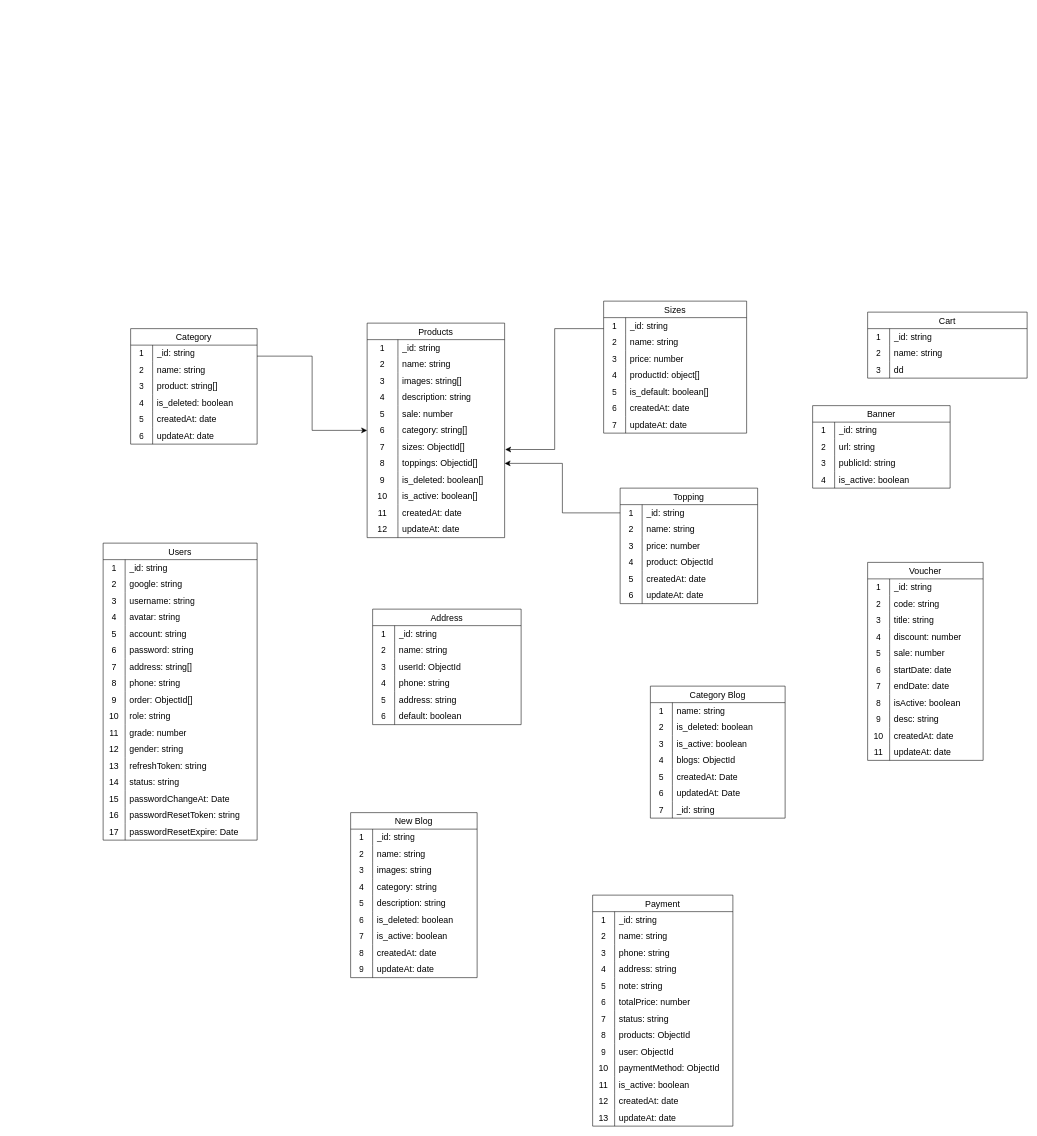
The draw.io diagram da.drawio in dangtienhung/datn-admin-quan-ly-cua-hang, before the edit. Source tidied: cells renumbered, new cells numbered last; positions are measured from the earlier drawing's top-left corner, leaving out a move shared by most shapes. Both pictures are drawn from the tidied source at 55%, with x=0, y=0 at pixel (103, 301).
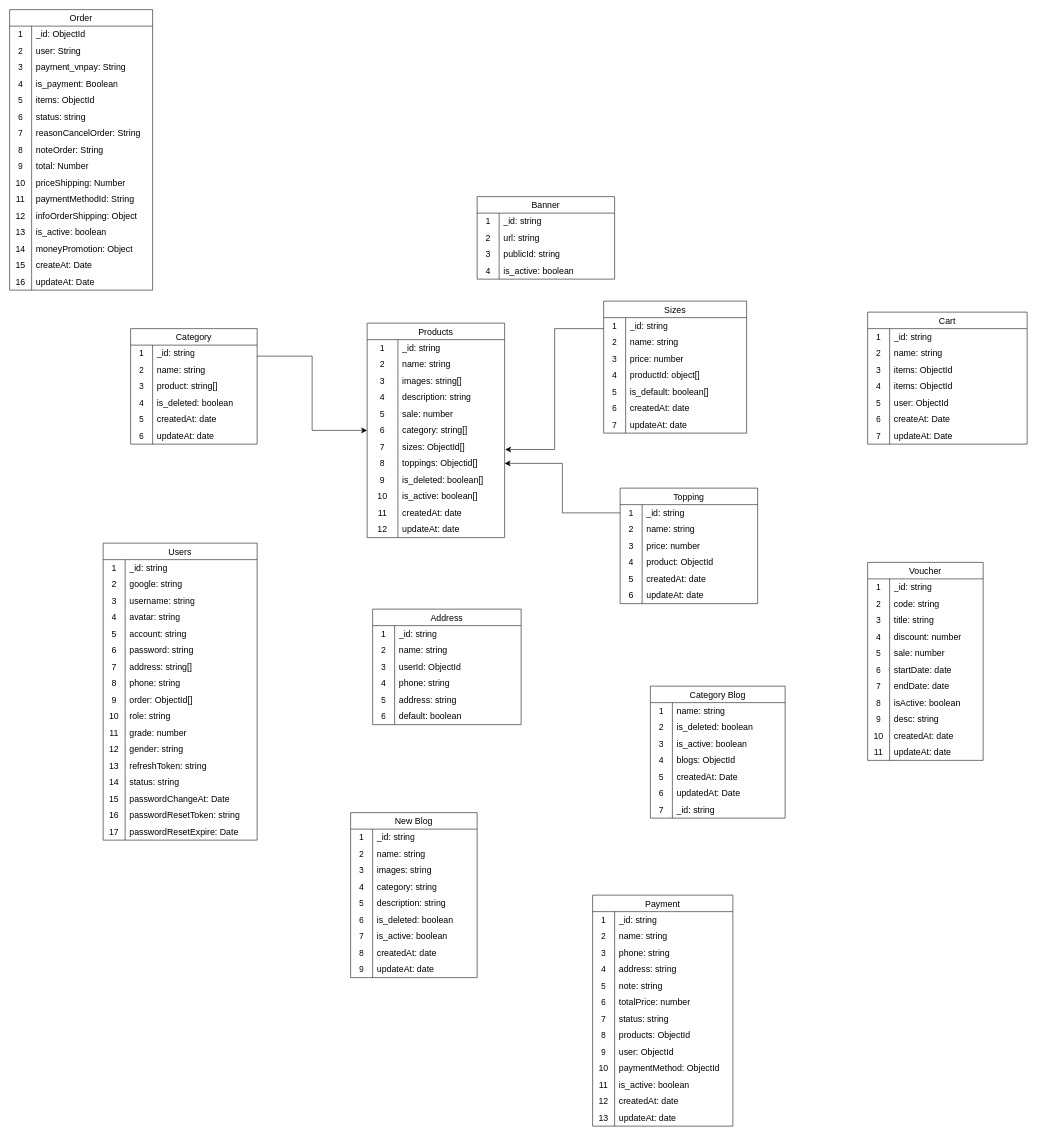
The same page after the edit.

Commit message:
Cập nhật da.drawio

Unchanged cells that the change refers to:
```xml
<mxCell id="193" style="shape=tableRow;horizontal=0;startSize=0;swimlaneHead=0;swimlaneBody=0;top=0;left=0;bottom=0;right=0;fillColor=none;strokeColor=inherit;fontSize=16;" parent="186" vertex="1">
  <mxGeometry y="90" width="290" height="30" as="geometry" />
</mxCell>
```

Change to the diagram source:
```diff
@@
     <mxCell id="173" value="Banner" style="shape=table;startSize=30;childLayout=tableLayout;rowLines=0;fontStyle=0;strokeColor=default;fontSize=16;" parent="1" vertex="1">
-      <mxGeometry x="1290" y="190" width="250" height="150" as="geometry" />
+      <mxGeometry x="680" y="-190" width="250" height="150" as="geometry" />
     </mxCell>
@@
     <mxCell id="186" value="Cart" style="shape=table;startSize=30;childLayout=tableLayout;rowLines=0;fontStyle=0;strokeColor=default;fontSize=16;" parent="1" vertex="1">
-      <mxGeometry x="1390" y="20" width="290" height="120" as="geometry" />
+      <mxGeometry x="1390" y="20" width="290" height="240" as="geometry" />
     </mxCell>
@@
-    <mxCell id="195" value="dd" style="shape=partialRectangle;html=1;whiteSpace=wrap;fillColor=none;top=0;left=0;bottom=0;right=0;align=left;spacingLeft=6;overflow=hidden;strokeColor=inherit;fontSize=16;" parent="193" vertex="1">
+    <mxCell id="195" value="items: ObjectId" style="shape=partialRectangle;html=1;whiteSpace=wrap;fillColor=none;top=0;left=0;bottom=0;right=0;align=left;spacingLeft=6;overflow=hidden;strokeColor=inherit;fontSize=16;" parent="193" vertex="1">
       <mxGeometry x="40" width="250" height="30" as="geometry" />
     </mxCell>
+    <mxCell id="320" style="shape=tableRow;horizontal=0;startSize=0;swimlaneHead=0;swimlaneBody=0;top=0;left=0;bottom=0;right=0;fillColor=none;strokeColor=inherit;fontSize=16;" parent="186" vertex="1">
+      <mxGeometry y="120" width="290" height="30" as="geometry" />
+    </mxCell>
+    <mxCell id="321" value="4" style="shape=partialRectangle;html=1;whiteSpace=wrap;fillColor=none;top=0;left=0;bottom=0;right=0;overflow=hidden;strokeColor=inherit;fontSize=16;" parent="320" vertex="1">
+      <mxGeometry width="40" height="30" as="geometry" />
+    </mxCell>
+    <mxCell id="322" value="items: ObjectId" style="shape=partialRectangle;html=1;whiteSpace=wrap;fillColor=none;top=0;left=0;bottom=0;right=0;align=left;spacingLeft=6;overflow=hidden;strokeColor=inherit;fontSize=16;" parent="320" vertex="1">
+      <mxGeometry x="40" width="250" height="30" as="geometry" />
+    </mxCell>
+    <mxCell id="323" style="shape=tableRow;horizontal=0;startSize=0;swimlaneHead=0;swimlaneBody=0;top=0;left=0;bottom=0;right=0;fillColor=none;strokeColor=inherit;fontSize=16;" parent="186" vertex="1">
+      <mxGeometry y="150" width="290" height="30" as="geometry" />
+    </mxCell>
+    <mxCell id="324" value="5" style="shape=partialRectangle;html=1;whiteSpace=wrap;fillColor=none;top=0;left=0;bottom=0;right=0;overflow=hidden;strokeColor=inherit;fontSize=16;" parent="323" vertex="1">
+      <mxGeometry width="40" height="30" as="geometry" />
+    </mxCell>
+    <mxCell id="325" value="user: ObjectId" style="shape=partialRectangle;html=1;whiteSpace=wrap;fillColor=none;top=0;left=0;bottom=0;right=0;align=left;spacingLeft=6;overflow=hidden;strokeColor=inherit;fontSize=16;" parent="323" vertex="1">
+      <mxGeometry x="40" width="250" height="30" as="geometry" />
+    </mxCell>
+    <mxCell id="326" style="shape=tableRow;horizontal=0;startSize=0;swimlaneHead=0;swimlaneBody=0;top=0;left=0;bottom=0;right=0;fillColor=none;strokeColor=inherit;fontSize=16;" parent="186" vertex="1">
+      <mxGeometry y="180" width="290" height="30" as="geometry" />
+    </mxCell>
+    <mxCell id="327" value="6" style="shape=partialRectangle;html=1;whiteSpace=wrap;fillColor=none;top=0;left=0;bottom=0;right=0;overflow=hidden;strokeColor=inherit;fontSize=16;" parent="326" vertex="1">
+      <mxGeometry width="40" height="30" as="geometry" />
+    </mxCell>
+    <mxCell id="328" value="createAt: Date" style="shape=partialRectangle;html=1;whiteSpace=wrap;fillColor=none;top=0;left=0;bottom=0;right=0;align=left;spacingLeft=6;overflow=hidden;strokeColor=inherit;fontSize=16;" parent="326" vertex="1">
+      <mxGeometry x="40" width="250" height="30" as="geometry" />
+    </mxCell>
+    <mxCell id="329" style="shape=tableRow;horizontal=0;startSize=0;swimlaneHead=0;swimlaneBody=0;top=0;left=0;bottom=0;right=0;fillColor=none;strokeColor=inherit;fontSize=16;" parent="186" vertex="1">
+      <mxGeometry y="210" width="290" height="30" as="geometry" />
+    </mxCell>
+    <mxCell id="330" value="7" style="shape=partialRectangle;html=1;whiteSpace=wrap;fillColor=none;top=0;left=0;bottom=0;right=0;overflow=hidden;strokeColor=inherit;fontSize=16;" parent="329" vertex="1">
+      <mxGeometry width="40" height="30" as="geometry" />
+    </mxCell>
+    <mxCell id="331" value="updateAt: Date" style="shape=partialRectangle;html=1;whiteSpace=wrap;fillColor=none;top=0;left=0;bottom=0;right=0;align=left;spacingLeft=6;overflow=hidden;strokeColor=inherit;fontSize=16;" parent="329" vertex="1">
+      <mxGeometry x="40" width="250" height="30" as="geometry" />
+    </mxCell>
@@
+    <mxCell id="332" value="Order" style="shape=table;startSize=30;childLayout=tableLayout;rowLines=0;fontStyle=0;strokeColor=default;fontSize=16;" parent="1" vertex="1">
+      <mxGeometry x="-170" y="-530" width="260" height="510" as="geometry" />
+    </mxCell>
+    <mxCell id="333" style="shape=tableRow;horizontal=0;startSize=0;swimlaneHead=0;swimlaneBody=0;top=0;left=0;bottom=0;right=0;fillColor=none;strokeColor=inherit;fontSize=16;" parent="332" vertex="1">
+      <mxGeometry y="30" width="260" height="30" as="geometry" />
+    </mxCell>
+    <mxCell id="334" value="1" style="shape=partialRectangle;html=1;whiteSpace=wrap;fillColor=none;top=0;left=0;bottom=0;right=0;overflow=hidden;strokeColor=inherit;fontSize=16;" parent="333" vertex="1">
+      <mxGeometry width="40" height="30" as="geometry" />
+    </mxCell>
+    <mxCell id="335" value="_id: ObjectId" style="shape=partialRectangle;html=1;whiteSpace=wrap;fillColor=none;top=0;left=0;bottom=0;right=0;align=left;spacingLeft=6;overflow=hidden;strokeColor=inherit;fontSize=16;" parent="333" vertex="1">
+      <mxGeometry x="40" width="220" height="30" as="geometry" />
+    </mxCell>
+    <mxCell id="336" style="shape=tableRow;horizontal=0;startSize=0;swimlaneHead=0;swimlaneBody=0;top=0;left=0;bottom=0;right=0;fillColor=none;strokeColor=inherit;fontSize=16;" parent="332" vertex="1">
+      <mxGeometry y="60" width="260" height="30" as="geometry" />
+    </mxCell>
+    <mxCell id="337" value="2" style="shape=partialRectangle;html=1;whiteSpace=wrap;fillColor=none;top=0;left=0;bottom=0;right=0;overflow=hidden;strokeColor=inherit;fontSize=16;" parent="336" vertex="1">
+      <mxGeometry width="40" height="30" as="geometry" />
+    </mxCell>
+    <mxCell id="338" value="user: String" style="shape=partialRectangle;html=1;whiteSpace=wrap;fillColor=none;top=0;left=0;bottom=0;right=0;align=left;spacingLeft=6;overflow=hidden;strokeColor=inherit;fontSize=16;" parent="336" vertex="1">
+      <mxGeometry x="40" width="220" height="30" as="geometry" />
+    </mxCell>
+    <mxCell id="339" style="shape=tableRow;horizontal=0;startSize=0;swimlaneHead=0;swimlaneBody=0;top=0;left=0;bottom=0;right=0;fillColor=none;strokeColor=inherit;fontSize=16;" parent="332" vertex="1">
+      <mxGeometry y="90" width="260" height="30" as="geometry" />
+    </mxCell>
+    <mxCell id="340" value="3" style="shape=partialRectangle;html=1;whiteSpace=wrap;fillColor=none;top=0;left=0;bottom=0;right=0;overflow=hidden;strokeColor=inherit;fontSize=16;" parent="339" vertex="1">
+      <mxGeometry width="40" height="30" as="geometry" />
+    </mxCell>
+    <mxCell id="341" value="payment_vnpay: String" style="shape=partialRectangle;html=1;whiteSpace=wrap;fillColor=none;top=0;left=0;bottom=0;right=0;align=left;spacingLeft=6;overflow=hidden;strokeColor=inherit;fontSize=16;" parent="339" vertex="1">
+      <mxGeometry x="40" width="220" height="30" as="geometry" />
+    </mxCell>
+    <mxCell id="342" style="shape=tableRow;horizontal=0;startSize=0;swimlaneHead=0;swimlaneBody=0;top=0;left=0;bottom=0;right=0;fillColor=none;strokeColor=inherit;fontSize=16;" parent="332" vertex="1">
+      <mxGeometry y="120" width="260" height="30" as="geometry" />
+    </mxCell>
+    <mxCell id="343" value="4" style="shape=partialRectangle;html=1;whiteSpace=wrap;fillColor=none;top=0;left=0;bottom=0;right=0;overflow=hidden;strokeColor=inherit;fontSize=16;" parent="342" vertex="1">
+      <mxGeometry width="40" height="30" as="geometry" />
+    </mxCell>
+    <mxCell id="344" value="is_payment: Boolean" style="shape=partialRectangle;html=1;whiteSpace=wrap;fillColor=none;top=0;left=0;bottom=0;right=0;align=left;spacingLeft=6;overflow=hidden;strokeColor=inherit;fontSize=16;" parent="342" vertex="1">
+      <mxGeometry x="40" width="220" height="30" as="geometry" />
+    </mxCell>
+    <mxCell id="345" style="shape=tableRow;horizontal=0;startSize=0;swimlaneHead=0;swimlaneBody=0;top=0;left=0;bottom=0;right=0;fillColor=none;strokeColor=inherit;fontSize=16;" parent="332" vertex="1">
+      <mxGeometry y="150" width="260" height="30" as="geometry" />
+    </mxCell>
+    <mxCell id="346" value="5" style="shape=partialRectangle;html=1;whiteSpace=wrap;fillColor=none;top=0;left=0;bottom=0;right=0;overflow=hidden;strokeColor=inherit;fontSize=16;" parent="345" vertex="1">
+      <mxGeometry width="40" height="30" as="geometry" />
+    </mxCell>
+    <mxCell id="347" value="items: ObjectId" style="shape=partialRectangle;html=1;whiteSpace=wrap;fillColor=none;top=0;left=0;bottom=0;right=0;align=left;spacingLeft=6;overflow=hidden;strokeColor=inherit;fontSize=16;" parent="345" vertex="1">
+      <mxGeometry x="40" width="220" height="30" as="geometry" />
+    </mxCell>
+    <mxCell id="348" style="shape=tableRow;horizontal=0;startSize=0;swimlaneHead=0;swimlaneBody=0;top=0;left=0;bottom=0;right=0;fillColor=none;strokeColor=inherit;fontSize=16;" parent="332" vertex="1">
+      <mxGeometry y="180" width="260" height="30" as="geometry" />
+    </mxCell>
+    <mxCell id="349" value="6" style="shape=partialRectangle;html=1;whiteSpace=wrap;fillColor=none;top=0;left=0;bottom=0;right=0;overflow=hidden;strokeColor=inherit;fontSize=16;" parent="348" vertex="1">
+      <mxGeometry width="40" height="30" as="geometry" />
+    </mxCell>
+    <mxCell id="350" value="status: string" style="shape=partialRectangle;html=1;whiteSpace=wrap;fillColor=none;top=0;left=0;bottom=0;right=0;align=left;spacingLeft=6;overflow=hidden;strokeColor=inherit;fontSize=16;" parent="348" vertex="1">
+      <mxGeometry x="40" width="220" height="30" as="geometry" />
+    </mxCell>
+    <mxCell id="351" style="shape=tableRow;horizontal=0;startSize=0;swimlaneHead=0;swimlaneBody=0;top=0;left=0;bottom=0;right=0;fillColor=none;strokeColor=inherit;fontSize=16;" parent="332" vertex="1">
+      <mxGeometry y="210" width="260" height="30" as="geometry" />
+    </mxCell>
+    <mxCell id="352" value="7" style="shape=partialRectangle;html=1;whiteSpace=wrap;fillColor=none;top=0;left=0;bottom=0;right=0;overflow=hidden;strokeColor=inherit;fontSize=16;" parent="351" vertex="1">
+      <mxGeometry width="40" height="30" as="geometry" />
+    </mxCell>
+    <mxCell id="353" value="reasonCancelOrder: String" style="shape=partialRectangle;html=1;whiteSpace=wrap;fillColor=none;top=0;left=0;bottom=0;right=0;align=left;spacingLeft=6;overflow=hidden;strokeColor=inherit;fontSize=16;" parent="351" vertex="1">
+      <mxGeometry x="40" width="220" height="30" as="geometry" />
+    </mxCell>
+    <mxCell id="354" style="shape=tableRow;horizontal=0;startSize=0;swimlaneHead=0;swimlaneBody=0;top=0;left=0;bottom=0;right=0;fillColor=none;strokeColor=inherit;fontSize=16;" parent="332" vertex="1">
+      <mxGeometry y="240" width="260" height="30" as="geometry" />
+    </mxCell>
+    <mxCell id="355" value="8" style="shape=partialRectangle;html=1;whiteSpace=wrap;fillColor=none;top=0;left=0;bottom=0;right=0;overflow=hidden;strokeColor=inherit;fontSize=16;" parent="354" vertex="1">
+      <mxGeometry width="40" height="30" as="geometry" />
+    </mxCell>
+    <mxCell id="356" value="noteOrder: String" style="shape=partialRectangle;html=1;whiteSpace=wrap;fillColor=none;top=0;left=0;bottom=0;right=0;align=left;spacingLeft=6;overflow=hidden;strokeColor=inherit;fontSize=16;" parent="354" vertex="1">
+      <mxGeometry x="40" width="220" height="30" as="geometry" />
+    </mxCell>
+    <mxCell id="357" style="shape=tableRow;horizontal=0;startSize=0;swimlaneHead=0;swimlaneBody=0;top=0;left=0;bottom=0;right=0;fillColor=none;strokeColor=inherit;fontSize=16;" parent="332" vertex="1">
+      <mxGeometry y="270" width="260" height="30" as="geometry" />
+    </mxCell>
+    <mxCell id="358" value="9" style="shape=partialRectangle;html=1;whiteSpace=wrap;fillColor=none;top=0;left=0;bottom=0;right=0;overflow=hidden;strokeColor=inherit;fontSize=16;" parent="357" vertex="1">
+      <mxGeometry width="40" height="30" as="geometry" />
+    </mxCell>
+    <mxCell id="359" value="total: Number" style="shape=partialRectangle;html=1;whiteSpace=wrap;fillColor=none;top=0;left=0;bottom=0;right=0;align=left;spacingLeft=6;overflow=hidden;strokeColor=inherit;fontSize=16;" parent="357" vertex="1">
+      <mxGeometry x="40" width="220" height="30" as="geometry" />
+    </mxCell>
+    <mxCell id="360" style="shape=tableRow;horizontal=0;startSize=0;swimlaneHead=0;swimlaneBody=0;top=0;left=0;bottom=0;right=0;fillColor=none;strokeColor=inherit;fontSize=16;" parent="332" vertex="1">
+      <mxGeometry y="300" width="260" height="30" as="geometry" />
+    </mxCell>
+    <mxCell id="361" value="10" style="shape=partialRectangle;html=1;whiteSpace=wrap;fillColor=none;top=0;left=0;bottom=0;right=0;overflow=hidden;strokeColor=inherit;fontSize=16;" parent="360" vertex="1">
+      <mxGeometry width="40" height="30" as="geometry" />
+    </mxCell>
+    <mxCell id="362" value="priceShipping: Number" style="shape=partialRectangle;html=1;whiteSpace=wrap;fillColor=none;top=0;left=0;bottom=0;right=0;align=left;spacingLeft=6;overflow=hidden;strokeColor=inherit;fontSize=16;" parent="360" vertex="1">
+      <mxGeometry x="40" width="220" height="30" as="geometry" />
+    </mxCell>
+    <mxCell id="363" style="shape=tableRow;horizontal=0;startSize=0;swimlaneHead=0;swimlaneBody=0;top=0;left=0;bottom=0;right=0;fillColor=none;strokeColor=inherit;fontSize=16;" parent="332" vertex="1">
+      <mxGeometry y="330" width="260" height="30" as="geometry" />
+    </mxCell>
+    <mxCell id="364" value="11" style="shape=partialRectangle;html=1;whiteSpace=wrap;fillColor=none;top=0;left=0;bottom=0;right=0;overflow=hidden;strokeColor=inherit;fontSize=16;" parent="363" vertex="1">
+      <mxGeometry width="40" height="30" as="geometry" />
+    </mxCell>
+    <mxCell id="365" value="paymentMethodId: String" style="shape=partialRectangle;html=1;whiteSpace=wrap;fillColor=none;top=0;left=0;bottom=0;right=0;align=left;spacingLeft=6;overflow=hidden;strokeColor=inherit;fontSize=16;" parent="363" vertex="1">
+      <mxGeometry x="40" width="220" height="30" as="geometry" />
+    </mxCell>
+    <mxCell id="366" style="shape=tableRow;horizontal=0;startSize=0;swimlaneHead=0;swimlaneBody=0;top=0;left=0;bottom=0;right=0;fillColor=none;strokeColor=inherit;fontSize=16;" parent="332" vertex="1">
+      <mxGeometry y="360" width="260" height="30" as="geometry" />
+    </mxCell>
+    <mxCell id="367" value="12" style="shape=partialRectangle;html=1;whiteSpace=wrap;fillColor=none;top=0;left=0;bottom=0;right=0;overflow=hidden;strokeColor=inherit;fontSize=16;" parent="366" vertex="1">
+      <mxGeometry width="40" height="30" as="geometry" />
+    </mxCell>
+    <mxCell id="368" value="infoOrderShipping: Object" style="shape=partialRectangle;html=1;whiteSpace=wrap;fillColor=none;top=0;left=0;bottom=0;right=0;align=left;spacingLeft=6;overflow=hidden;strokeColor=inherit;fontSize=16;" parent="366" vertex="1">
+      <mxGeometry x="40" width="220" height="30" as="geometry" />
+    </mxCell>
+    <mxCell id="369" style="shape=tableRow;horizontal=0;startSize=0;swimlaneHead=0;swimlaneBody=0;top=0;left=0;bottom=0;right=0;fillColor=none;strokeColor=inherit;fontSize=16;" parent="332" vertex="1">
+      <mxGeometry y="390" width="260" height="30" as="geometry" />
+    </mxCell>
+    <mxCell id="370" value="13" style="shape=partialRectangle;html=1;whiteSpace=wrap;fillColor=none;top=0;left=0;bottom=0;right=0;overflow=hidden;strokeColor=inherit;fontSize=16;" parent="369" vertex="1">
+      <mxGeometry width="40" height="30" as="geometry" />
+    </mxCell>
+    <mxCell id="371" value="is_active: boolean" style="shape=partialRectangle;html=1;whiteSpace=wrap;fillColor=none;top=0;left=0;bottom=0;right=0;align=left;spacingLeft=6;overflow=hidden;strokeColor=inherit;fontSize=16;" parent="369" vertex="1">
+      <mxGeometry x="40" width="220" height="30" as="geometry" />
+    </mxCell>
+    <mxCell id="372" style="shape=tableRow;horizontal=0;startSize=0;swimlaneHead=0;swimlaneBody=0;top=0;left=0;bottom=0;right=0;fillColor=none;strokeColor=inherit;fontSize=16;" parent="332" vertex="1">
+      <mxGeometry y="420" width="260" height="30" as="geometry" />
+    </mxCell>
+    <mxCell id="373" value="14" style="shape=partialRectangle;html=1;whiteSpace=wrap;fillColor=none;top=0;left=0;bottom=0;right=0;overflow=hidden;strokeColor=inherit;fontSize=16;" parent="372" vertex="1">
+      <mxGeometry width="40" height="30" as="geometry" />
+    </mxCell>
+    <mxCell id="374" value="moneyPromotion: Object" style="shape=partialRectangle;html=1;whiteSpace=wrap;fillColor=none;top=0;left=0;bottom=0;right=0;align=left;spacingLeft=6;overflow=hidden;strokeColor=inherit;fontSize=16;" parent="372" vertex="1">
+      <mxGeometry x="40" width="220" height="30" as="geometry" />
+    </mxCell>
+    <mxCell id="375" style="shape=tableRow;horizontal=0;startSize=0;swimlaneHead=0;swimlaneBody=0;top=0;left=0;bottom=0;right=0;fillColor=none;strokeColor=inherit;fontSize=16;" parent="332" vertex="1">
+      <mxGeometry y="450" width="260" height="30" as="geometry" />
+    </mxCell>
+    <mxCell id="376" value="15" style="shape=partialRectangle;html=1;whiteSpace=wrap;fillColor=none;top=0;left=0;bottom=0;right=0;overflow=hidden;strokeColor=inherit;fontSize=16;" parent="375" vertex="1">
+      <mxGeometry width="40" height="30" as="geometry" />
+    </mxCell>
+    <mxCell id="377" value="createAt: Date" style="shape=partialRectangle;html=1;whiteSpace=wrap;fillColor=none;top=0;left=0;bottom=0;right=0;align=left;spacingLeft=6;overflow=hidden;strokeColor=inherit;fontSize=16;" parent="375" vertex="1">
+      <mxGeometry x="40" width="220" height="30" as="geometry" />
+    </mxCell>
+    <mxCell id="378" style="shape=tableRow;horizontal=0;startSize=0;swimlaneHead=0;swimlaneBody=0;top=0;left=0;bottom=0;right=0;fillColor=none;strokeColor=inherit;fontSize=16;" parent="332" vertex="1">
+      <mxGeometry y="480" width="260" height="30" as="geometry" />
+    </mxCell>
+    <mxCell id="379" value="16" style="shape=partialRectangle;html=1;whiteSpace=wrap;fillColor=none;top=0;left=0;bottom=0;right=0;overflow=hidden;strokeColor=inherit;fontSize=16;" parent="378" vertex="1">
+      <mxGeometry width="40" height="30" as="geometry" />
+    </mxCell>
+    <mxCell id="380" value="updateAt: Date" style="shape=partialRectangle;html=1;whiteSpace=wrap;fillColor=none;top=0;left=0;bottom=0;right=0;align=left;spacingLeft=6;overflow=hidden;strokeColor=inherit;fontSize=16;" parent="378" vertex="1">
+      <mxGeometry x="40" width="220" height="30" as="geometry" />
+    </mxCell>
```
